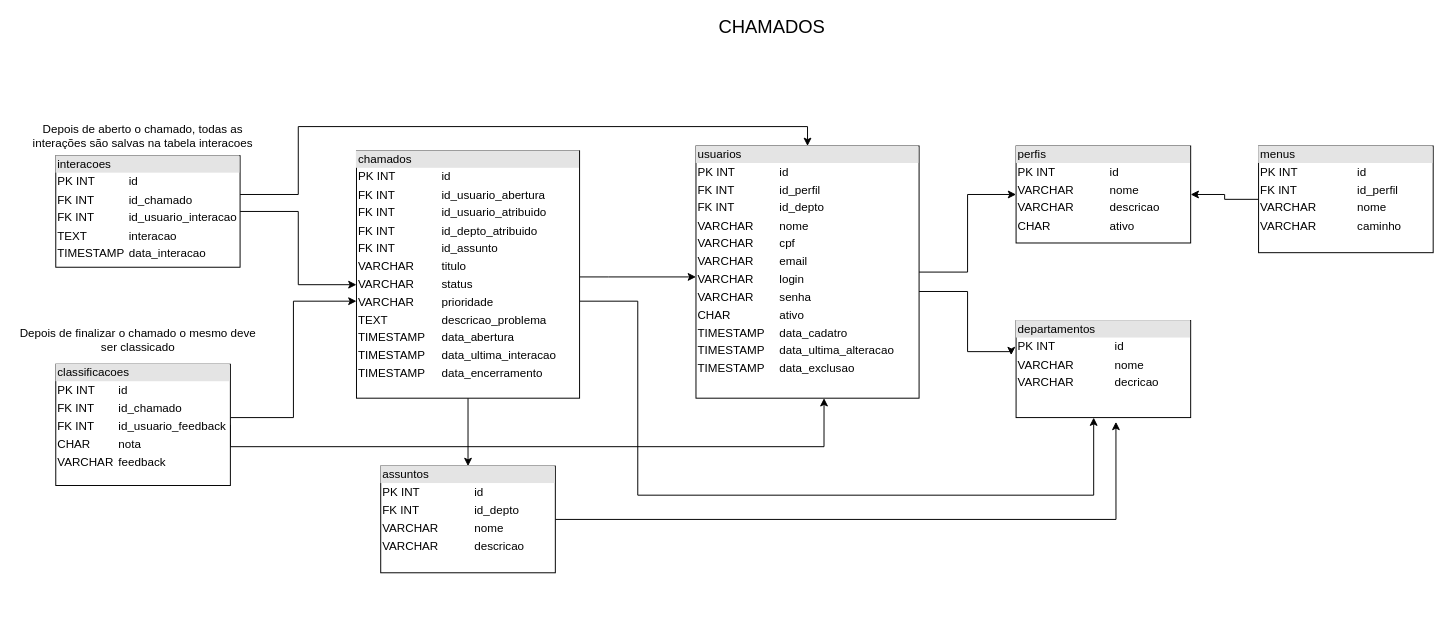
Earlier version of the draw.io diagram Sistema Chamados.drawio (andreh998/chamados-node). Source tidied: cells renumbered, new cells numbered last; positions are measured from the earlier drawing's top-left corner, leaving out a move shared by most shapes. Both pictures are drawn from the tidied source at 97%, with x=0, y=0 at pixel (16, 19).
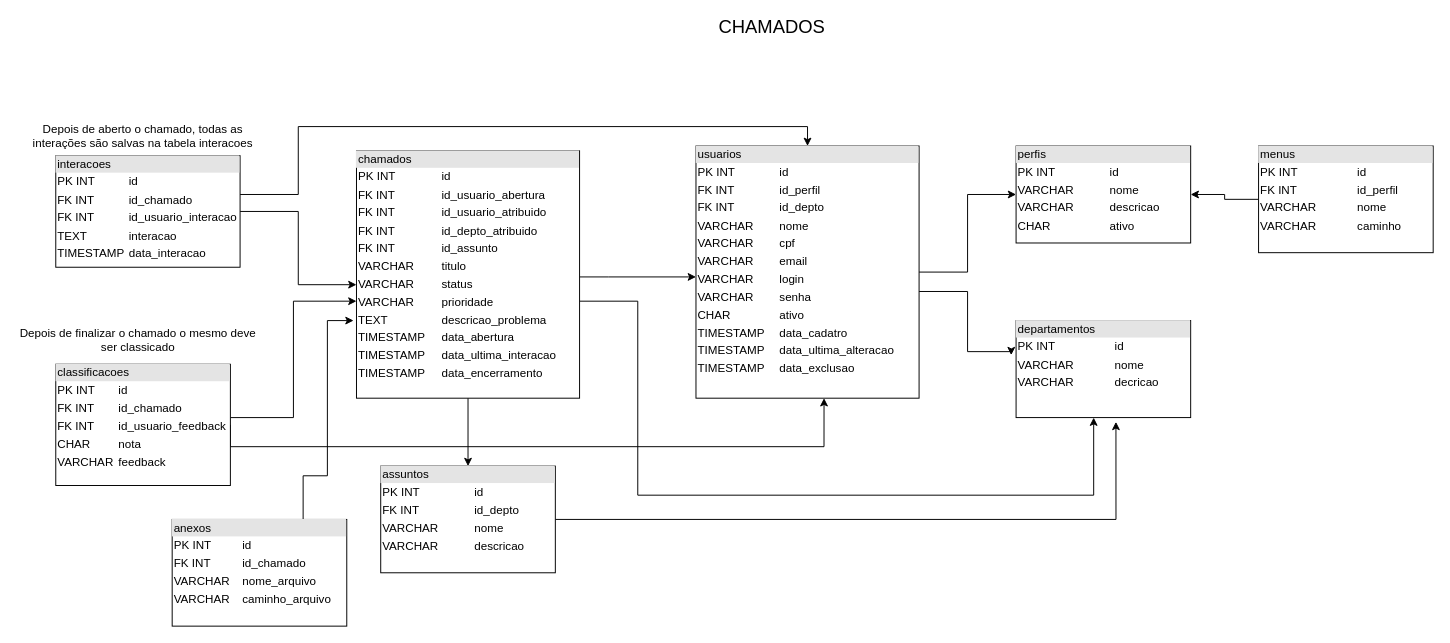
The same diagram, later.

Commit message (it also covers changes not shown here):
Adicionada tabela anexos ao dump.sql

The edit, as a diff of the source:
```diff
@@
+    <mxCell id="24" style="edgeStyle=orthogonalEdgeStyle;rounded=0;jettySize=auto;html=1;exitX=0.75;exitY=0;exitDx=0;exitDy=0;" parent="1" edge="1" source="25">
+      <mxGeometry relative="1" as="geometry">
+        <mxPoint x="347" y="310" as="targetPoint" />
+        <Array as="points">
+          <mxPoint x="295" y="470" />
+          <mxPoint x="320" y="470" />
+          <mxPoint x="320" y="310" />
+        </Array>
+      </mxGeometry>
+    </mxCell>
+    <mxCell id="25" value="&lt;div style=&quot;box-sizing: border-box ; width: 100% ; background: #e4e4e4 ; padding: 2px&quot;&gt;anexos&lt;/div&gt;&lt;table style=&quot;width: 100% ; font-size: 1em&quot; cellpadding=&quot;2&quot; cellspacing=&quot;0&quot;&gt;&lt;tbody&gt;&lt;tr&gt;&lt;td&gt;PK INT&lt;/td&gt;&lt;td&gt;id&lt;/td&gt;&lt;/tr&gt;&lt;tr&gt;&lt;td&gt;FK INT&lt;/td&gt;&lt;td&gt;id_chamado&lt;/td&gt;&lt;/tr&gt;&lt;tr&gt;&lt;td&gt;VARCHAR&lt;/td&gt;&lt;td&gt;nome_arquivo&lt;/td&gt;&lt;/tr&gt;&lt;tr&gt;&lt;td&gt;VARCHAR&lt;/td&gt;&lt;td&gt;caminho_arquivo&lt;/td&gt;&lt;/tr&gt;&lt;tr&gt;&lt;td&gt;&lt;br&gt;&lt;/td&gt;&lt;td&gt;&lt;br&gt;&lt;/td&gt;&lt;/tr&gt;&lt;/tbody&gt;&lt;/table&gt;" style="verticalAlign=top;align=left;overflow=fill;html=1;" parent="1" vertex="1">
+      <mxGeometry x="160" y="515" width="180" height="110" as="geometry" />
+    </mxCell>
```
